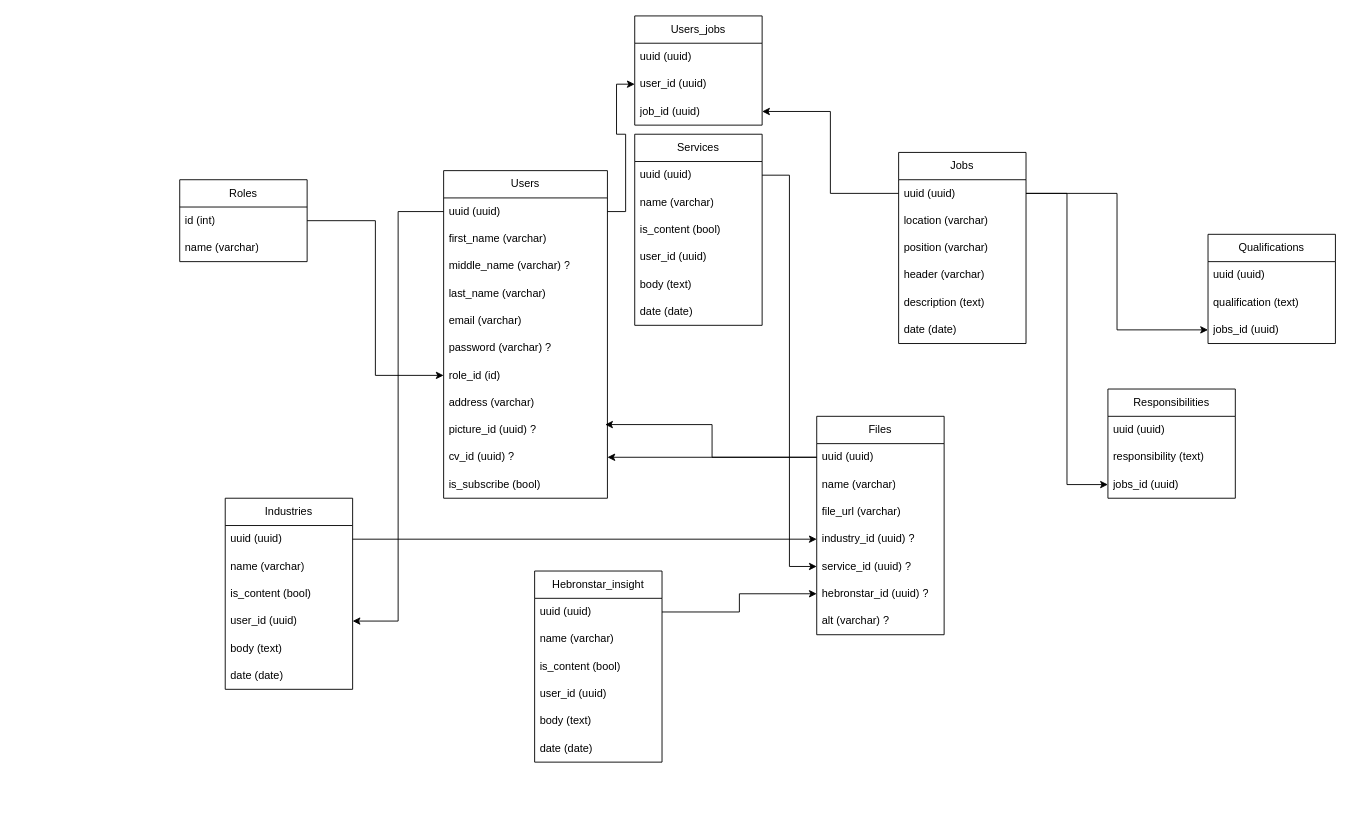
rvldodo/flowchart keeps this draw.io diagram as Untitled Diagram.drawio. Above is the earlier version. Source tidied: cells renumbered, new cells numbered last; positions are measured from the earlier drawing's top-left corner, leaving out a move shared by most shapes. Both pictures are drawn from the tidied source at 91%, with x=0, y=0 at pixel (179, 15).
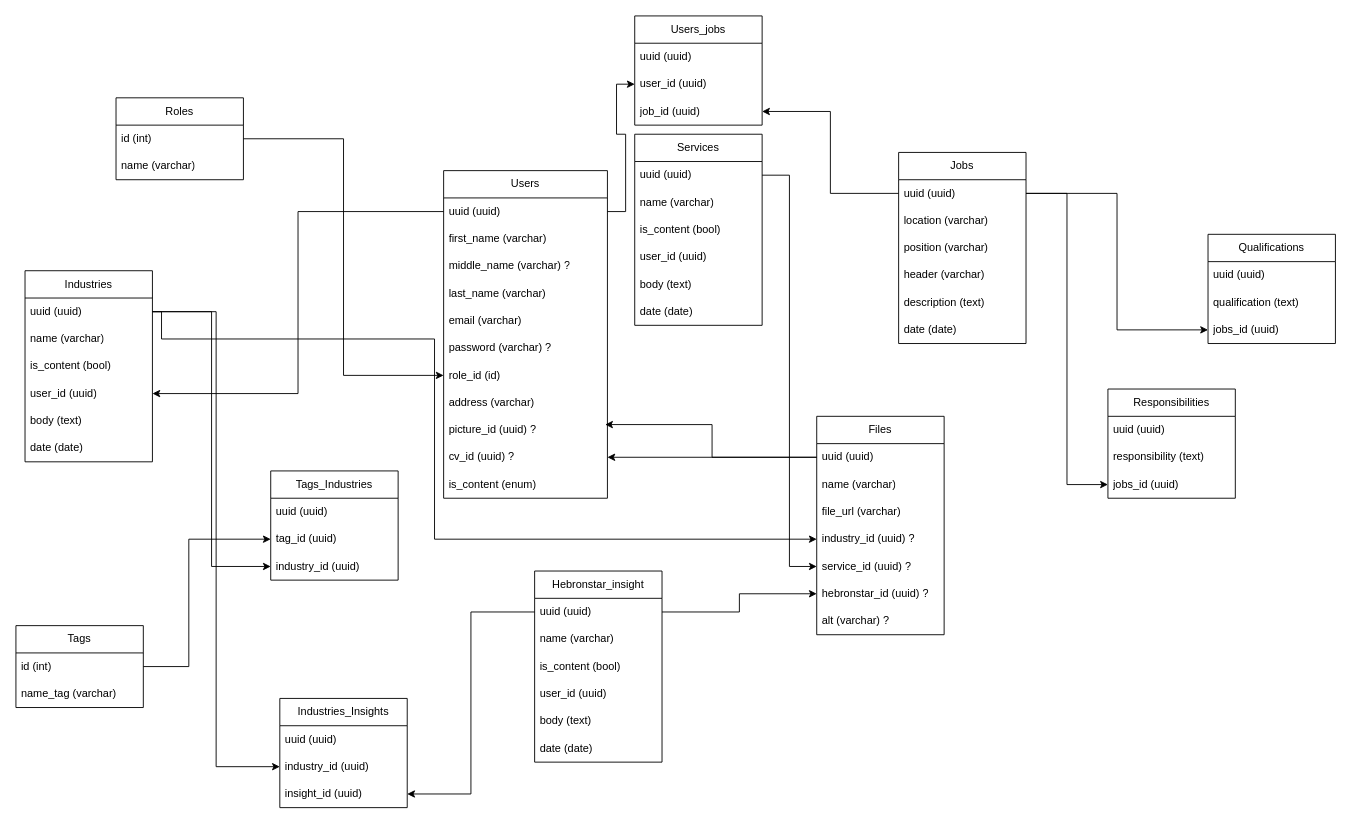
After the change.

Unchanged cells that the change refers to:
```xml
<mxCell id="5" value="Users" style="swimlane;fontStyle=0;horizontal=1;startSize=30;whiteSpace=wrap;html=1;" parent="1" vertex="1">
  <mxGeometry x="290" y="170" width="180" height="360" as="geometry" />
</mxCell>
<mxCell id="22" value="industry_id (uuid) ?" style="text;strokeColor=none;fillColor=none;align=left;verticalAlign=middle;spacingLeft=4;spacingRight=4;overflow=hidden;points=[[0,0.5],[1,0.5]];portConstraint=eastwest;whiteSpace=wrap;html=1;" parent="18" vertex="1">
  <mxGeometry y="120" width="140" height="30" as="geometry" />
</mxCell>
<mxCell id="29" value="uuid (uuid)" style="text;strokeColor=none;fillColor=none;align=left;verticalAlign=middle;spacingLeft=4;spacingRight=4;overflow=hidden;points=[[0,0.5],[1,0.5]];portConstraint=eastwest;whiteSpace=wrap;html=1;" parent="28" vertex="1">
  <mxGeometry y="30" width="140" height="30" as="geometry" />
</mxCell>
<mxCell id="46" value="uuid (uuid)" style="text;strokeColor=none;fillColor=none;align=left;verticalAlign=middle;spacingLeft=4;spacingRight=4;overflow=hidden;points=[[0,0.5],[1,0.5]];portConstraint=eastwest;whiteSpace=wrap;html=1;" parent="45" vertex="1">
  <mxGeometry y="30" width="140" height="30" as="geometry" />
</mxCell>
```

What changed in the source:
```diff
@@
     <mxCell id="2" value="Roles" style="swimlane;fontStyle=0;horizontal=1;startSize=30;whiteSpace=wrap;html=1;" parent="1" vertex="1">
-      <mxGeometry y="180" width="140" height="90" as="geometry" />
+      <mxGeometry x="-70" y="90" width="140" height="90" as="geometry" />
     </mxCell>
@@
-    <mxCell id="16" value="is_subscribe (bool)&amp;nbsp;" style="text;strokeColor=none;fillColor=none;align=left;verticalAlign=middle;spacingLeft=4;spacingRight=4;overflow=hidden;whiteSpace=wrap;html=1;" parent="5" vertex="1">
+    <mxCell id="16" value="is_content (enum)" style="text;strokeColor=none;fillColor=none;align=left;verticalAlign=middle;spacingLeft=4;spacingRight=4;overflow=hidden;whiteSpace=wrap;html=1;" parent="5" vertex="1">
       <mxGeometry y="330" width="180" height="30" as="geometry" />
     </mxCell>
@@
     <mxCell id="28" value="Industries" style="swimlane;fontStyle=0;horizontal=1;startSize=30;whiteSpace=wrap;html=1;" parent="1" vertex="1">
-      <mxGeometry x="50" y="530" width="140" height="210" as="geometry" />
+      <mxGeometry x="-170" y="280" width="140" height="210" as="geometry" />
     </mxCell>
@@
     <mxCell id="36" style="edgeStyle=orthogonalEdgeStyle;rounded=0;jettySize=auto;html=1;" parent="1" edge="1" source="29" target="22">
-      <mxGeometry relative="1" as="geometry" />
+      <mxGeometry relative="1" as="geometry">
+        <Array as="points">
+          <mxPoint x="-20" y="325" />
+          <mxPoint x="-20" y="355" />
+          <mxPoint x="280" y="355" />
+          <mxPoint x="280" y="575" />
+        </Array>
+      </mxGeometry>
     </mxCell>
@@
+    <mxCell id="76" value="Tags" style="swimlane;fontStyle=0;horizontal=1;startSize=30;whiteSpace=wrap;html=1;" parent="1" vertex="1">
+      <mxGeometry x="-180" y="670" width="140" height="90" as="geometry" />
+    </mxCell>
+    <mxCell id="77" value="id (int)" style="text;strokeColor=none;fillColor=none;align=left;verticalAlign=middle;spacingLeft=4;spacingRight=4;overflow=hidden;points=[[0,0.5],[1,0.5]];portConstraint=eastwest;whiteSpace=wrap;html=1;" parent="76" vertex="1">
+      <mxGeometry y="30" width="140" height="30" as="geometry" />
+    </mxCell>
+    <mxCell id="78" value="name_tag (varchar)" style="text;strokeColor=none;fillColor=none;align=left;verticalAlign=middle;spacingLeft=4;spacingRight=4;overflow=hidden;whiteSpace=wrap;html=1;" parent="76" vertex="1">
+      <mxGeometry y="60" width="140" height="30" as="geometry" />
+    </mxCell>
+    <mxCell id="79" value="Tags_Industries" style="swimlane;fontStyle=0;horizontal=1;startSize=30;whiteSpace=wrap;html=1;" parent="1" vertex="1">
+      <mxGeometry x="100" y="500" width="140" height="120" as="geometry" />
+    </mxCell>
+    <mxCell id="80" value="uuid (uuid)" style="text;strokeColor=none;fillColor=none;align=left;verticalAlign=middle;spacingLeft=4;spacingRight=4;overflow=hidden;whiteSpace=wrap;html=1;" parent="79" vertex="1">
+      <mxGeometry y="30" width="140" height="30" as="geometry" />
+    </mxCell>
+    <mxCell id="81" value="tag_id (uuid)" style="text;strokeColor=none;fillColor=none;align=left;verticalAlign=middle;spacingLeft=4;spacingRight=4;overflow=hidden;points=[[0,0.5],[1,0.5]];portConstraint=eastwest;whiteSpace=wrap;html=1;" parent="79" vertex="1">
+      <mxGeometry y="60" width="140" height="30" as="geometry" />
+    </mxCell>
+    <mxCell id="82" value="industry_id (uuid)" style="text;strokeColor=none;fillColor=none;align=left;verticalAlign=middle;spacingLeft=4;spacingRight=4;overflow=hidden;points=[[0,0.5],[1,0.5]];portConstraint=eastwest;whiteSpace=wrap;html=1;" parent="79" vertex="1">
+      <mxGeometry y="90" width="140" height="30" as="geometry" />
+    </mxCell>
+    <mxCell id="83" style="edgeStyle=orthogonalEdgeStyle;rounded=0;jettySize=auto;html=1;" parent="1" edge="1" source="29" target="82">
+      <mxGeometry relative="1" as="geometry" />
+    </mxCell>
+    <mxCell id="84" style="edgeStyle=orthogonalEdgeStyle;rounded=0;jettySize=auto;html=1;" parent="1" edge="1" source="77" target="81">
+      <mxGeometry relative="1" as="geometry">
+        <Array as="points">
+          <mxPoint x="10" y="715" />
+          <mxPoint x="10" y="575" />
+        </Array>
+      </mxGeometry>
+    </mxCell>
+    <mxCell id="85" value="Industries_Insights" style="swimlane;fontStyle=0;horizontal=1;startSize=30;whiteSpace=wrap;html=1;" parent="1" vertex="1">
+      <mxGeometry x="110" y="750" width="140" height="120" as="geometry" />
+    </mxCell>
+    <mxCell id="86" value="uuid (uuid)" style="text;strokeColor=none;fillColor=none;align=left;verticalAlign=middle;spacingLeft=4;spacingRight=4;overflow=hidden;whiteSpace=wrap;html=1;" parent="85" vertex="1">
+      <mxGeometry y="30" width="140" height="30" as="geometry" />
+    </mxCell>
+    <mxCell id="87" value="industry_id (uuid)" style="text;strokeColor=none;fillColor=none;align=left;verticalAlign=middle;spacingLeft=4;spacingRight=4;overflow=hidden;points=[[0,0.5],[1,0.5]];portConstraint=eastwest;whiteSpace=wrap;html=1;" parent="85" vertex="1">
+      <mxGeometry y="60" width="140" height="30" as="geometry" />
+    </mxCell>
+    <mxCell id="88" value="insight_id (uuid)" style="text;strokeColor=none;fillColor=none;align=left;verticalAlign=middle;spacingLeft=4;spacingRight=4;overflow=hidden;points=[[0,0.5],[1,0.5]];portConstraint=eastwest;whiteSpace=wrap;html=1;" parent="85" vertex="1">
+      <mxGeometry y="90" width="140" height="30" as="geometry" />
+    </mxCell>
+    <mxCell id="89" style="edgeStyle=orthogonalEdgeStyle;rounded=0;jettySize=auto;html=1;" parent="1" edge="1" source="29" target="87">
+      <mxGeometry relative="1" as="geometry" />
+    </mxCell>
+    <mxCell id="90" style="edgeStyle=orthogonalEdgeStyle;rounded=0;jettySize=auto;html=1;" parent="1" edge="1" source="46" target="88">
+      <mxGeometry relative="1" as="geometry" />
+    </mxCell>
```
